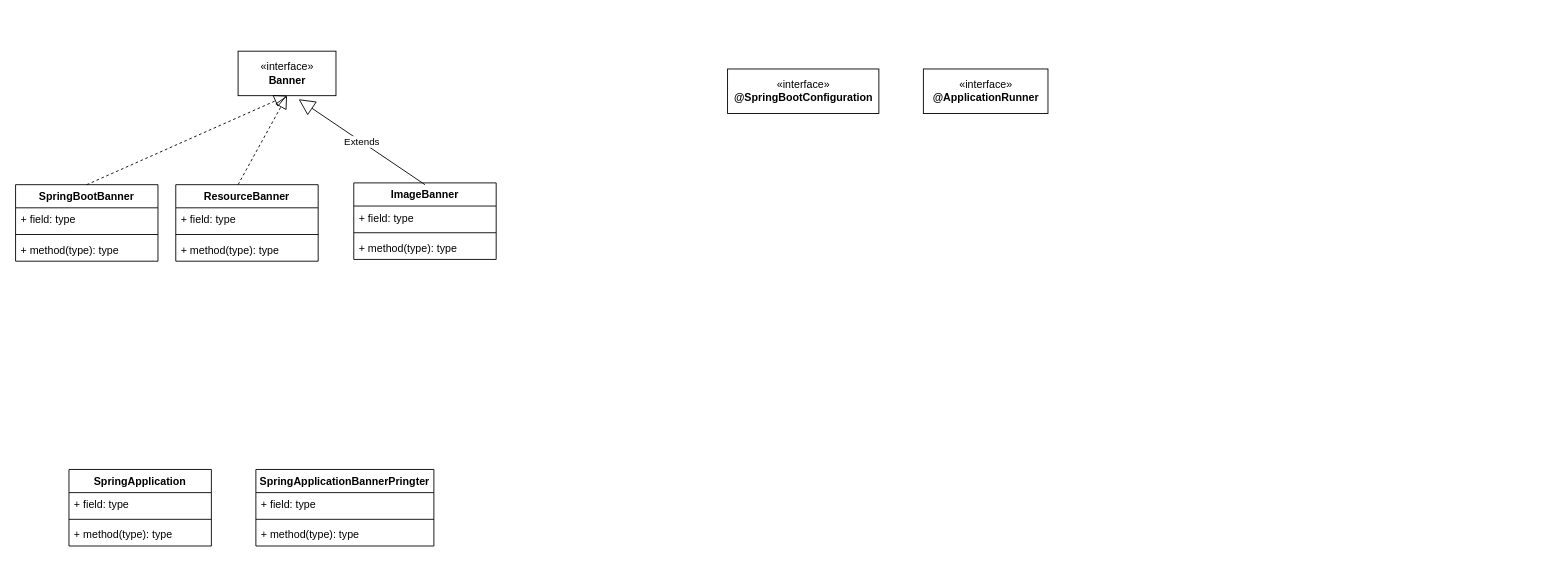
Earlier version of the draw.io diagram page "spring-boot" (1 of 7) of spring/spring-boot.drawio (tadsimons/draw). Source tidied: cells renumbered, new cells numbered last; positions are measured from the earlier drawing's top-left corner, leaving out a move shared by most shapes. Both pictures are drawn from the tidied source at 89%, with x=0, y=0 at pixel (15, 51).
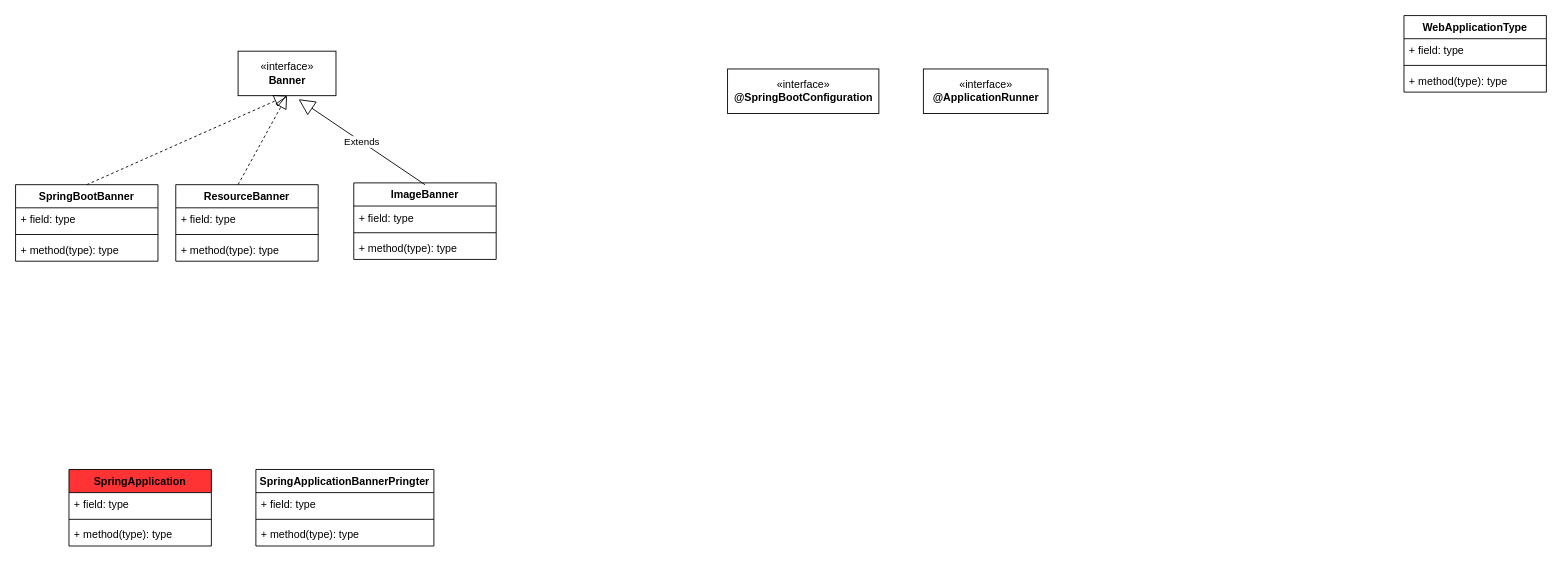
After the change.

Change to the diagram source:
```diff
@@
-    <mxCell id="18" value="SpringApplication" style="swimlane;fontStyle=1;align=center;verticalAlign=top;horizontal=1;startSize=26;" parent="1" vertex="1">
+    <mxCell id="18" value="SpringApplication" style="swimlane;fontStyle=1;align=center;verticalAlign=top;horizontal=1;startSize=26;fillColor=#FF3333;" parent="1" vertex="1">
       <mxGeometry x="60" y="470" width="160" height="86" as="geometry" />
     </mxCell>
@@
+    <mxCell id="28" value="WebApplicationType" style="swimlane;fontStyle=1;align=center;verticalAlign=top;horizontal=1;startSize=26;fillColor=#FFFFFF;" parent="1" vertex="1">
+      <mxGeometry x="1560" y="-40" width="160" height="86" as="geometry" />
+    </mxCell>
+    <mxCell id="29" value="+ field: type" style="text;strokeColor=none;fillColor=none;align=left;verticalAlign=top;spacingLeft=4;spacingRight=4;overflow=hidden;" parent="28" vertex="1">
+      <mxGeometry y="26" width="160" height="26" as="geometry" />
+    </mxCell>
+    <mxCell id="30" style="line;strokeWidth=1;fillColor=none;align=left;verticalAlign=middle;spacingTop=-1;spacingLeft=3;spacingRight=3;labelPosition=right;" parent="28" vertex="1">
+      <mxGeometry y="52" width="160" height="8" as="geometry" />
+    </mxCell>
+    <mxCell id="31" value="+ method(type): type" style="text;strokeColor=none;fillColor=none;align=left;verticalAlign=top;spacingLeft=4;spacingRight=4;overflow=hidden;" parent="28" vertex="1">
+      <mxGeometry y="60" width="160" height="26" as="geometry" />
+    </mxCell>
```
